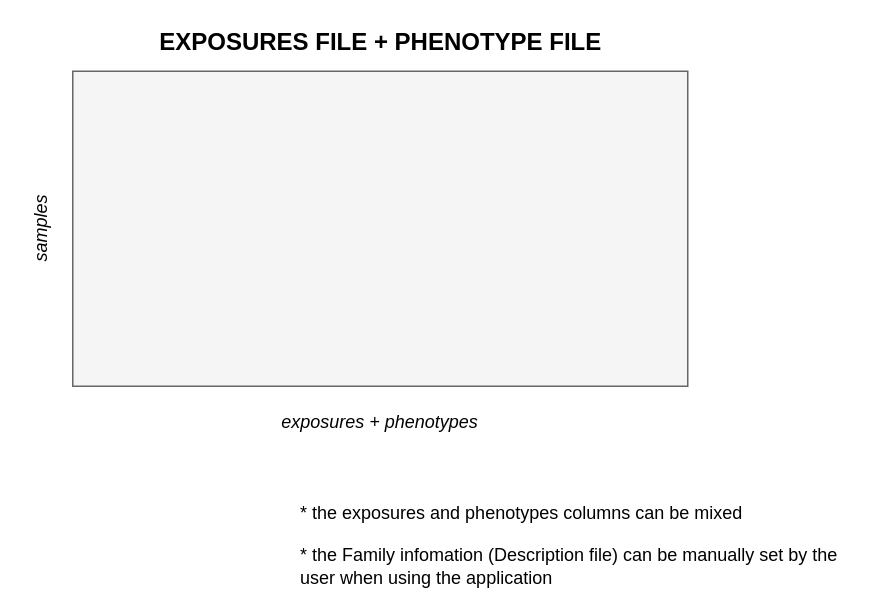
Earlier version of the draw.io diagram diagrams/plain_tables.drawio (isglobal-brge/exposome_bookdown). Source tidied: cells renumbered, new cells numbered last; positions are measured from the earlier drawing's top-left corner, leaving out a move shared by most shapes. Both pictures are drawn from the tidied source at 150%, with x=0, y=0 at pixel (-12, 26).
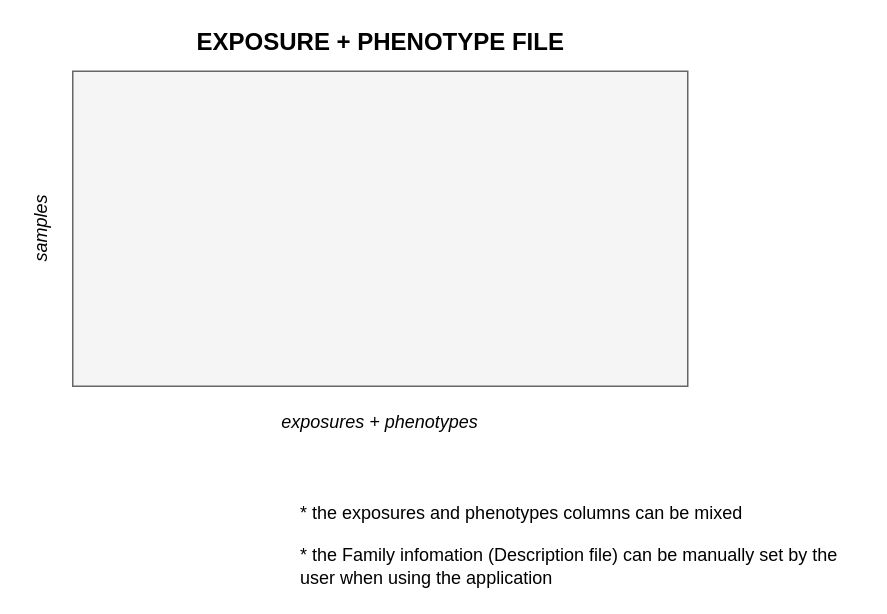
The same diagram, later.

Diff of the diagram source:
```diff
@@
 <mxGraphModel>
   <root>
     <mxCell id="0" />
     <mxCell id="1" parent="0" />
     <mxCell id="2" style="rounded=0;whiteSpace=wrap;html=1;fillColor=#f5f5f5;strokeColor=#666666;fontColor=#333333;" parent="1" vertex="1">
       <mxGeometry x="56" y="30" width="410" height="210" as="geometry" />
     </mxCell>
-    <mxCell id="3" value="&lt;b&gt;&lt;font style=&quot;font-size: 16px&quot;&gt;EXPOSURES FILE + PHENOTYPE FILE&lt;/font&gt;&lt;/b&gt;" style="text;html=1;strokeColor=none;fillColor=none;align=center;verticalAlign=middle;whiteSpace=wrap;rounded=0;" parent="1" vertex="1">
+    <mxCell id="3" value="&lt;b&gt;&lt;font style=&quot;font-size: 16px&quot;&gt;EXPOSURE + PHENOTYPE FILE&lt;/font&gt;&lt;/b&gt;" style="text;html=1;strokeColor=none;fillColor=none;align=center;verticalAlign=middle;whiteSpace=wrap;rounded=0;" parent="1" vertex="1">
       <mxGeometry x="93.5" width="335" height="20" as="geometry" />
     </mxCell>
     <mxCell id="4" value="samples" style="text;html=1;strokeColor=none;fillColor=none;align=center;verticalAlign=middle;whiteSpace=wrap;rounded=0;rotation=-90;fontStyle=2;" parent="1" vertex="1">
       <mxGeometry y="125" width="70" height="20" as="geometry" />
     </mxCell>
     <mxCell id="5" value="exposures + phenotypes" style="text;html=1;strokeColor=none;fillColor=none;align=center;verticalAlign=middle;whiteSpace=wrap;rounded=0;fontStyle=2;" parent="1" vertex="1">
       <mxGeometry x="181" y="254" width="160" height="20" as="geometry" />
     </mxCell>
     <mxCell id="6" value="* the exposures and phenotypes columns can be mixed" style="text;html=1;strokeColor=none;fillColor=none;align=left;verticalAlign=middle;whiteSpace=wrap;rounded=0;" parent="1" vertex="1">
       <mxGeometry x="206" y="315" width="370" height="20" as="geometry" />
     </mxCell>
     <mxCell id="7" value="* the Family infomation (Description file) can be manually set by the user when using the application" style="text;html=1;strokeColor=none;fillColor=none;align=left;verticalAlign=middle;whiteSpace=wrap;rounded=0;" parent="1" vertex="1">
       <mxGeometry x="206" y="350" width="376" height="20" as="geometry" />
     </mxCell>
   </root>
 </mxGraphModel>
```
